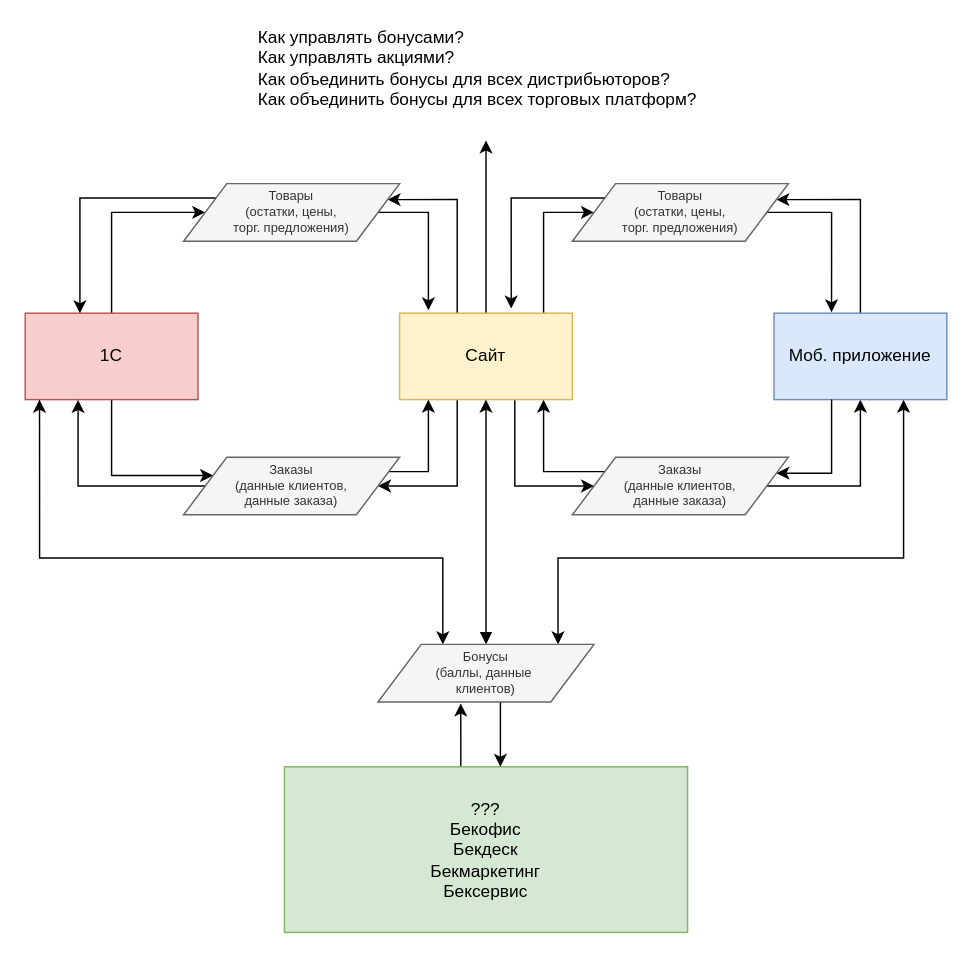
prgrant/draw.io keeps this draw.io diagram as Untitled Diagram.drawio. Above is the earlier version. Source tidied: cells renumbered, new cells numbered last; positions are measured from the earlier drawing's top-left corner, leaving out a move shared by most shapes. Both pictures are drawn from the tidied source at 144%, with x=0, y=0 at pixel (24, 24).
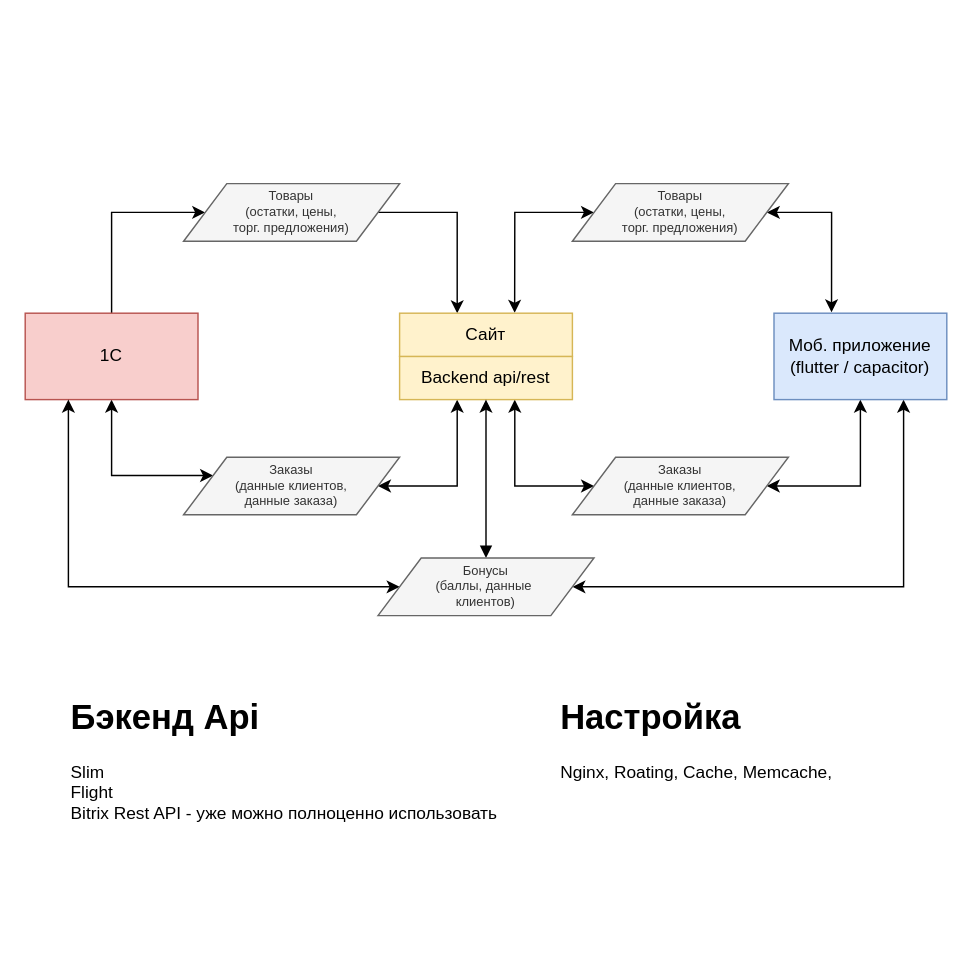
The same diagram, later.

The change refers to these unchanged cells:
```xml
<mxCell id="5" value="1C" style="rounded=0;whiteSpace=wrap;html=1;fillColor=#f8cecc;strokeColor=#b85450;" parent="1" vertex="1">
  <mxGeometry y="200" width="120" height="60" as="geometry" />
</mxCell>
<mxCell id="19" value="&lt;span&gt;Товары &lt;br&gt;(остатки, цены, &lt;br&gt;торг. предложения)&lt;/span&gt;" style="shape=parallelogram;perimeter=parallelogramPerimeter;whiteSpace=wrap;html=1;fontSize=9;fillColor=#f5f5f5;strokeColor=#666666;fontColor=#333333;" parent="1" vertex="1">
  <mxGeometry x="110" y="110" width="150" height="40" as="geometry" />
</mxCell>
<mxCell id="22" value="&lt;span&gt;Заказы &lt;br&gt;(данные клиентов, &lt;br&gt;данные заказа)&lt;/span&gt;" style="shape=parallelogram;perimeter=parallelogramPerimeter;whiteSpace=wrap;html=1;fontSize=9;fillColor=#f5f5f5;strokeColor=#666666;fontColor=#333333;" parent="1" vertex="1">
  <mxGeometry x="110" y="300" width="150" height="40" as="geometry" />
</mxCell>
<mxCell id="27" value="&lt;span&gt;Товары &lt;br&gt;(остатки, цены, &lt;br&gt;торг. предложения)&lt;/span&gt;" style="shape=parallelogram;perimeter=parallelogramPerimeter;whiteSpace=wrap;html=1;fontSize=9;fillColor=#f5f5f5;strokeColor=#666666;fontColor=#333333;" parent="1" vertex="1">
  <mxGeometry x="380" y="110" width="150" height="40" as="geometry" />
</mxCell>
<mxCell id="29" value="&lt;span&gt;Заказы &lt;br&gt;(данные клиентов, &lt;br&gt;данные заказа)&lt;/span&gt;" style="shape=parallelogram;perimeter=parallelogramPerimeter;whiteSpace=wrap;html=1;fontSize=9;fillColor=#f5f5f5;strokeColor=#666666;fontColor=#333333;" parent="1" vertex="1">
  <mxGeometry x="380" y="300" width="150" height="40" as="geometry" />
</mxCell>
```

Diff of the diagram source:
```diff
@@
-    <mxCell id="2" style="edgeStyle=orthogonalEdgeStyle;rounded=0;jettySize=auto;html=1;fontSize=12;entryX=0.75;entryY=1;entryDx=0;entryDy=0;startArrow=classic;startFill=1;" parent="1" edge="1" source="33" target="15">
+    <mxCell id="2" style="edgeStyle=orthogonalEdgeStyle;rounded=0;jettySize=auto;html=1;fontSize=12;entryX=0.75;entryY=1;entryDx=0;entryDy=0;startArrow=classic;startFill=1;exitX=1;exitY=0.5;exitDx=0;exitDy=0;" parent="1" edge="1" source="33" target="15">
       <mxGeometry relative="1" as="geometry">
         <Array as="points">
-          <mxPoint x="370" y="370" />
-          <mxPoint x="610" y="370" />
+          <mxPoint x="610" y="390" />
         </Array>
       </mxGeometry>
     </mxCell>
@@
-    <mxCell id="4" style="edgeStyle=orthogonalEdgeStyle;rounded=0;jettySize=auto;html=1;fontSize=9;entryX=0;entryY=0.25;entryDx=0;entryDy=0;" parent="1" edge="1" source="5" target="22">
+    <mxCell id="4" style="edgeStyle=orthogonalEdgeStyle;rounded=0;jettySize=auto;html=1;fontSize=9;entryX=0;entryY=0.25;entryDx=0;entryDy=0;startArrow=classic;startFill=1;" parent="1" edge="1" source="5" target="22">
       <mxGeometry relative="1" as="geometry">
         <Array as="points">
           <mxPoint x="60" y="313" />
         </Array>
       </mxGeometry>
     </mxCell>
@@
-    <mxCell id="6" style="edgeStyle=orthogonalEdgeStyle;rounded=0;jettySize=auto;html=1;fontSize=9;entryX=1;entryY=0.25;entryDx=0;entryDy=0;" parent="1" edge="1" source="12" target="19">
-      <mxGeometry relative="1" as="geometry">
-        <Array as="points">
-          <mxPoint x="300" y="121" />
-        </Array>
-      </mxGeometry>
-    </mxCell>
-    <mxCell id="7" style="edgeStyle=orthogonalEdgeStyle;rounded=0;jettySize=auto;html=1;fontSize=9;entryX=1;entryY=0.5;entryDx=0;entryDy=0;" parent="1" edge="1" source="12" target="22">
+    <mxCell id="7" style="edgeStyle=orthogonalEdgeStyle;rounded=0;jettySize=auto;html=1;fontSize=9;entryX=1;entryY=0.5;entryDx=0;entryDy=0;startArrow=classic;startFill=1;" parent="1" edge="1" source="12" target="22">
       <mxGeometry relative="1" as="geometry">
         <Array as="points">
           <mxPoint x="300" y="320" />
         </Array>
       </mxGeometry>
     </mxCell>
-    <mxCell id="8" style="edgeStyle=orthogonalEdgeStyle;rounded=0;jettySize=auto;html=1;fontSize=12;entryX=0;entryY=0.5;entryDx=0;entryDy=0;" parent="1" edge="1" source="12" target="27">
+    <mxCell id="8" style="edgeStyle=orthogonalEdgeStyle;rounded=0;jettySize=auto;html=1;fontSize=12;entryX=0;entryY=0.5;entryDx=0;entryDy=0;startArrow=classic;startFill=1;exitX=0.666;exitY=-0.011;exitDx=0;exitDy=0;exitPerimeter=0;" parent="1" edge="1" source="36" target="27">
       <mxGeometry relative="1" as="geometry">
         <Array as="points">
-          <mxPoint x="360" y="130" />
+          <mxPoint x="340" y="197" />
+          <mxPoint x="340" y="130" />
         </Array>
       </mxGeometry>
     </mxCell>
-    <mxCell id="9" style="edgeStyle=orthogonalEdgeStyle;rounded=0;jettySize=auto;html=1;fontSize=12;exitX=0;exitY=0;exitDx=0;exitDy=0;" parent="1" edge="1" source="29" target="12">
-      <mxGeometry relative="1" as="geometry">
-        <Array as="points">
-          <mxPoint x="405" y="310" />
-          <mxPoint x="360" y="310" />
-        </Array>
-      </mxGeometry>
-    </mxCell>
-    <mxCell id="10" style="edgeStyle=orthogonalEdgeStyle;rounded=0;jettySize=auto;html=1;fontSize=12;entryX=0;entryY=0.5;entryDx=0;entryDy=0;" parent="1" edge="1" source="12" target="29">
+    <mxCell id="10" style="edgeStyle=orthogonalEdgeStyle;rounded=0;jettySize=auto;html=1;fontSize=12;entryX=0;entryY=0.5;entryDx=0;entryDy=0;startArrow=classic;startFill=1;" parent="1" edge="1" source="12" target="29">
       <mxGeometry relative="1" as="geometry">
         <Array as="points">
           <mxPoint x="340" y="320" />
         </Array>
       </mxGeometry>
     </mxCell>
-    <mxCell id="11" style="edgeStyle=orthogonalEdgeStyle;rounded=0;jettySize=auto;html=1;fontSize=12;" parent="1" edge="1" source="12">
-      <mxGeometry relative="1" as="geometry">
-        <mxPoint x="320" y="80" as="targetPoint" />
-      </mxGeometry>
-    </mxCell>
-    <mxCell id="12" value="Сайт" style="rounded=0;whiteSpace=wrap;html=1;fillColor=#fff2cc;strokeColor=#d6b656;" parent="1" vertex="1">
-      <mxGeometry x="260" y="200" width="120" height="60" as="geometry" />
+    <mxCell id="12" value="&lt;div&gt;Backend api/rest&lt;/div&gt;" style="rounded=0;whiteSpace=wrap;html=1;fillColor=#fff2cc;strokeColor=#d6b656;" parent="1" vertex="1">
+      <mxGeometry x="260" y="230" width="120" height="30" as="geometry" />
     </mxCell>
-    <mxCell id="13" style="edgeStyle=orthogonalEdgeStyle;rounded=0;jettySize=auto;html=1;fontSize=12;exitX=1;exitY=0.75;exitDx=0;exitDy=0;" parent="1" edge="1" source="29" target="15">
+    <mxCell id="13" style="edgeStyle=orthogonalEdgeStyle;rounded=0;jettySize=auto;html=1;fontSize=12;startArrow=classic;startFill=1;exitX=1;exitY=0.5;exitDx=0;exitDy=0;" parent="1" edge="1" source="29" target="15">
       <mxGeometry relative="1" as="geometry">
         <Array as="points">
-          <mxPoint x="510" y="320" />
           <mxPoint x="580" y="320" />
         </Array>
       </mxGeometry>
     </mxCell>
-    <mxCell id="14" style="edgeStyle=orthogonalEdgeStyle;rounded=0;jettySize=auto;html=1;fontSize=12;entryX=1;entryY=0.25;entryDx=0;entryDy=0;" parent="1" edge="1" source="15" target="27">
-      <mxGeometry relative="1" as="geometry">
-        <Array as="points">
-          <mxPoint x="580" y="121" />
-        </Array>
-      </mxGeometry>
-    </mxCell>
-    <mxCell id="15" value="Моб. приложение" style="rounded=0;whiteSpace=wrap;html=1;fillColor=#dae8fc;strokeColor=#6c8ebf;" parent="1" vertex="1">
+    <mxCell id="15" value="Моб. приложение&lt;div&gt;(flutter / c&lt;span style=&quot;background-color: transparent; color: light-dark(rgb(0, 0, 0), rgb(255, 255, 255));&quot;&gt;apacitor)&lt;/span&gt;&lt;/div&gt;" style="rounded=0;whiteSpace=wrap;html=1;fillColor=#dae8fc;strokeColor=#6c8ebf;" parent="1" vertex="1">
       <mxGeometry x="520" y="200" width="120" height="60" as="geometry" />
     </mxCell>
-    <mxCell id="16" value="&lt;div&gt;&lt;span&gt;Как управлять бонусами?&lt;/span&gt;&lt;/div&gt;Как управлять акциями?&lt;br&gt;Как объединить бонусы для всех дистрибьюторов?&lt;br&gt;Как объединить бонусы для всех торговых платформ?" style="text;html=1;align=left;verticalAlign=middle;" parent="1" vertex="1">
-      <mxGeometry x="160" width="320" height="60" as="geometry" />
-    </mxCell>
     <mxCell id="17" style="edgeStyle=orthogonalEdgeStyle;rounded=0;jettySize=auto;html=1;fontSize=9;" parent="1" edge="1" source="19">
       <mxGeometry relative="1" as="geometry">
-        <mxPoint x="280" y="198" as="targetPoint" />
+        <mxPoint x="300" y="200" as="targetPoint" />
         <Array as="points">
-          <mxPoint x="280" y="130" />
+          <mxPoint x="300" y="130" />
         </Array>
       </mxGeometry>
     </mxCell>
-    <mxCell id="18" style="edgeStyle=orthogonalEdgeStyle;rounded=0;jettySize=auto;html=1;fontSize=9;" parent="1" edge="1" source="19">
-      <mxGeometry relative="1" as="geometry">
-        <mxPoint x="38" y="200" as="targetPoint" />
-        <Array as="points">
-          <mxPoint x="38" y="120" />
-        </Array>
-      </mxGeometry>
-    </mxCell>
@@
-    <mxCell id="20" style="edgeStyle=orthogonalEdgeStyle;rounded=0;jettySize=auto;html=1;fontSize=9;entryX=0.306;entryY=1.003;entryDx=0;entryDy=0;entryPerimeter=0;" parent="1" edge="1" source="22" target="5">
-      <mxGeometry relative="1" as="geometry">
-        <Array as="points">
-          <mxPoint x="37" y="320" />
-        </Array>
-      </mxGeometry>
-    </mxCell>
-    <mxCell id="21" style="edgeStyle=orthogonalEdgeStyle;rounded=0;jettySize=auto;html=1;fontSize=9;" parent="1" edge="1" source="22">
-      <mxGeometry relative="1" as="geometry">
-        <mxPoint x="280" y="260" as="targetPoint" />
-        <Array as="points">
-          <mxPoint x="185" y="310" />
-          <mxPoint x="291" y="310" />
-        </Array>
-      </mxGeometry>
-    </mxCell>
@@
-    <mxCell id="23" style="edgeStyle=orthogonalEdgeStyle;rounded=0;jettySize=auto;html=1;fontSize=12;entryX=0.383;entryY=1.025;entryDx=0;entryDy=0;entryPerimeter=0;" parent="1" edge="1" source="24" target="33">
-      <mxGeometry relative="1" as="geometry">
-        <Array as="points">
-          <mxPoint x="302" y="493" />
-        </Array>
-      </mxGeometry>
-    </mxCell>
-    <mxCell id="24" value="???&lt;br style=&quot;font-size: 12px;&quot;&gt;Бекофис&lt;br style=&quot;font-size: 12px;&quot;&gt;Бекдеск&lt;br style=&quot;font-size: 12px;&quot;&gt;Бекмаркетинг&lt;br style=&quot;font-size: 12px;&quot;&gt;Бексервис" style="rounded=0;whiteSpace=wrap;html=1;fontSize=12;fillColor=#d5e8d4;strokeColor=#82b366;" parent="1" vertex="1">
-      <mxGeometry x="180" y="515" width="280" height="115" as="geometry" />
-    </mxCell>
-    <mxCell id="25" style="edgeStyle=orthogonalEdgeStyle;rounded=0;jettySize=auto;html=1;fontSize=12;entryX=0.646;entryY=-0.053;entryDx=0;entryDy=0;entryPerimeter=0;" parent="1" edge="1" target="12">
-      <mxGeometry relative="1" as="geometry">
-        <mxPoint x="455" y="120" as="sourcePoint" />
-        <Array as="points">
-          <mxPoint x="338" y="120" />
-        </Array>
-      </mxGeometry>
-    </mxCell>
-    <mxCell id="26" style="edgeStyle=orthogonalEdgeStyle;rounded=0;jettySize=auto;html=1;fontSize=12;entryX=0.333;entryY=-0.011;entryDx=0;entryDy=0;entryPerimeter=0;" parent="1" edge="1" source="27" target="15">
+    <mxCell id="26" style="edgeStyle=orthogonalEdgeStyle;rounded=0;jettySize=auto;html=1;fontSize=12;entryX=0.333;entryY=-0.011;entryDx=0;entryDy=0;entryPerimeter=0;startArrow=classic;startFill=1;" parent="1" edge="1" source="27" target="15">
       <mxGeometry relative="1" as="geometry">
         <Array as="points">
           <mxPoint x="560" y="130" />
         </Array>
       </mxGeometry>
     </mxCell>
@@
-    <mxCell id="28" style="edgeStyle=orthogonalEdgeStyle;rounded=0;jettySize=auto;html=1;fontSize=12;exitX=1;exitY=0.25;exitDx=0;exitDy=0;entryX=1;entryY=0.25;entryDx=0;entryDy=0;" parent="1" edge="1" target="29">
-      <mxGeometry relative="1" as="geometry">
-        <mxPoint x="560" y="260" as="sourcePoint" />
-        <Array as="points">
-          <mxPoint x="560" y="311" />
-        </Array>
-      </mxGeometry>
-    </mxCell>
@@
-    <mxCell id="30" style="edgeStyle=orthogonalEdgeStyle;rounded=0;jettySize=auto;html=1;fontSize=12;entryX=0.083;entryY=1;entryDx=0;entryDy=0;entryPerimeter=0;startArrow=classic;startFill=1;" parent="1" edge="1" source="33" target="5">
+    <mxCell id="30" style="edgeStyle=orthogonalEdgeStyle;rounded=0;jettySize=auto;html=1;fontSize=12;startArrow=classic;startFill=1;" parent="1" edge="1" source="33">
       <mxGeometry relative="1" as="geometry">
+        <mxPoint x="30" y="260" as="targetPoint" />
         <Array as="points">
-          <mxPoint x="290" y="370" />
-          <mxPoint x="10" y="370" />
+          <mxPoint x="30" y="390" />
+          <mxPoint x="30" y="260" />
         </Array>
       </mxGeometry>
     </mxCell>
@@
-    <mxCell id="32" style="edgeStyle=orthogonalEdgeStyle;rounded=0;jettySize=auto;html=1;startArrow=none;startFill=0;fontSize=12;" parent="1" edge="1" source="33" target="24">
-      <mxGeometry relative="1" as="geometry">
-        <Array as="points">
-          <mxPoint x="330" y="500" />
-          <mxPoint x="330" y="500" />
-        </Array>
-      </mxGeometry>
-    </mxCell>
     <mxCell id="33" value="&lt;span&gt;Бонусы&lt;br&gt;(баллы, данные&amp;nbsp;&lt;br&gt;клиентов)&lt;/span&gt;" style="shape=parallelogram;perimeter=parallelogramPerimeter;whiteSpace=wrap;html=1;fontSize=9;fillColor=#f5f5f5;strokeColor=#666666;fontColor=#333333;" parent="1" vertex="1">
-      <mxGeometry x="245" y="430" width="150" height="40" as="geometry" />
+      <mxGeometry x="245" y="370" width="150" height="40" as="geometry" />
     </mxCell>
+    <mxCell id="34" value="&lt;h1 style=&quot;margin-top: 0px;&quot;&gt;Бэкенд Api&lt;/h1&gt;&lt;p&gt;Slim&lt;br&gt;&lt;span style=&quot;background-color: transparent; color: light-dark(rgb(0, 0, 0), rgb(255, 255, 255)); font-family: inherit; font-size: inherit; font-style: inherit; font-variant-ligatures: inherit; font-variant-caps: inherit; font-weight: inherit;&quot;&gt;Flight&lt;br&gt;&lt;/span&gt;&lt;span style=&quot;background-color: transparent; color: light-dark(rgb(0, 0, 0), rgb(255, 255, 255));&quot;&gt;Bitrix Rest API - уже можно полноценно использовать&lt;/span&gt;&lt;/p&gt;" style="text;html=1;whiteSpace=wrap;overflow=hidden;rounded=0;" parent="1" vertex="1">
+      <mxGeometry x="30" y="460" width="310" height="120" as="geometry" />
+    </mxCell>
+    <mxCell id="35" value="&lt;h1 style=&quot;margin-top: 0px;&quot;&gt;Настройка&lt;/h1&gt;&lt;p&gt;Nginx,&amp;nbsp;&lt;span style=&quot;background-color: transparent; color: light-dark(rgb(0, 0, 0), rgb(255, 255, 255));&quot;&gt;Roating,&amp;nbsp;&lt;/span&gt;&lt;span style=&quot;background-color: transparent; color: light-dark(rgb(0, 0, 0), rgb(255, 255, 255));&quot;&gt;Cache, Memcache,&lt;/span&gt;&lt;/p&gt;" style="text;html=1;whiteSpace=wrap;overflow=hidden;rounded=0;" parent="1" vertex="1">
+      <mxGeometry x="370" y="460" width="270" height="120" as="geometry" />
+    </mxCell>
+    <mxCell id="36" value="Сайт" style="rounded=0;whiteSpace=wrap;html=1;fillColor=#fff2cc;strokeColor=#d6b656;" parent="1" vertex="1">
+      <mxGeometry x="260" y="200" width="120" height="30" as="geometry" />
+    </mxCell>
```
